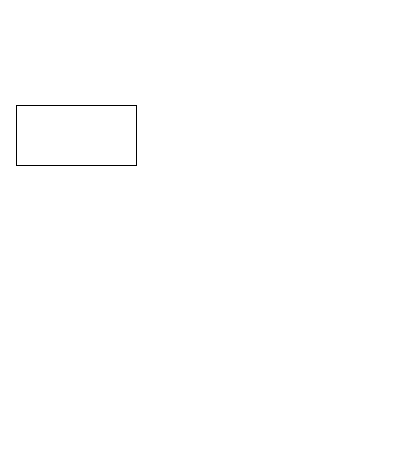
Above: test.drawio in fdrewett/Chocolatey-Workstation (draw.io), before the change. Source tidied: cells renumbered, new cells numbered last; positions are measured from the earlier drawing's top-left corner, leaving out a move shared by most shapes. Both pictures are drawn from the tidied source at 100%, with x=0, y=0 at pixel (16, 105).
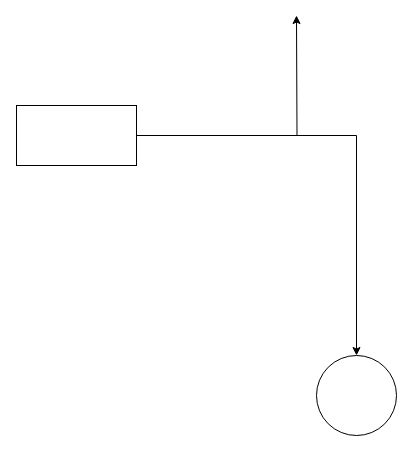
After the change.

Change to the diagram source:
```diff
@@
 <mxGraphModel>
   <root>
     <mxCell id="0" />
     <mxCell id="1" parent="0" />
+    <mxCell id="3" style="edgeStyle=orthogonalEdgeStyle;rounded=0;jettySize=auto;html=1;" parent="1" edge="1" source="2">
+      <mxGeometry relative="1" as="geometry">
+        <mxPoint x="280" y="-90" as="targetPoint" />
+      </mxGeometry>
+    </mxCell>
+    <mxCell id="4" style="edgeStyle=orthogonalEdgeStyle;rounded=0;jettySize=auto;html=1;" parent="1" edge="1" source="2" target="5">
+      <mxGeometry relative="1" as="geometry" />
+    </mxCell>
     <mxCell id="2" style="rounded=0;whiteSpace=wrap;html=1;" parent="1" vertex="1">
       <mxGeometry width="120" height="60" as="geometry" />
     </mxCell>
+    <mxCell id="5" style="ellipse;whiteSpace=wrap;html=1;rounded=0;" parent="1" vertex="1">
+      <mxGeometry x="300" y="250" width="80" height="80" as="geometry" />
+    </mxCell>
   </root>
 </mxGraphModel>
```
